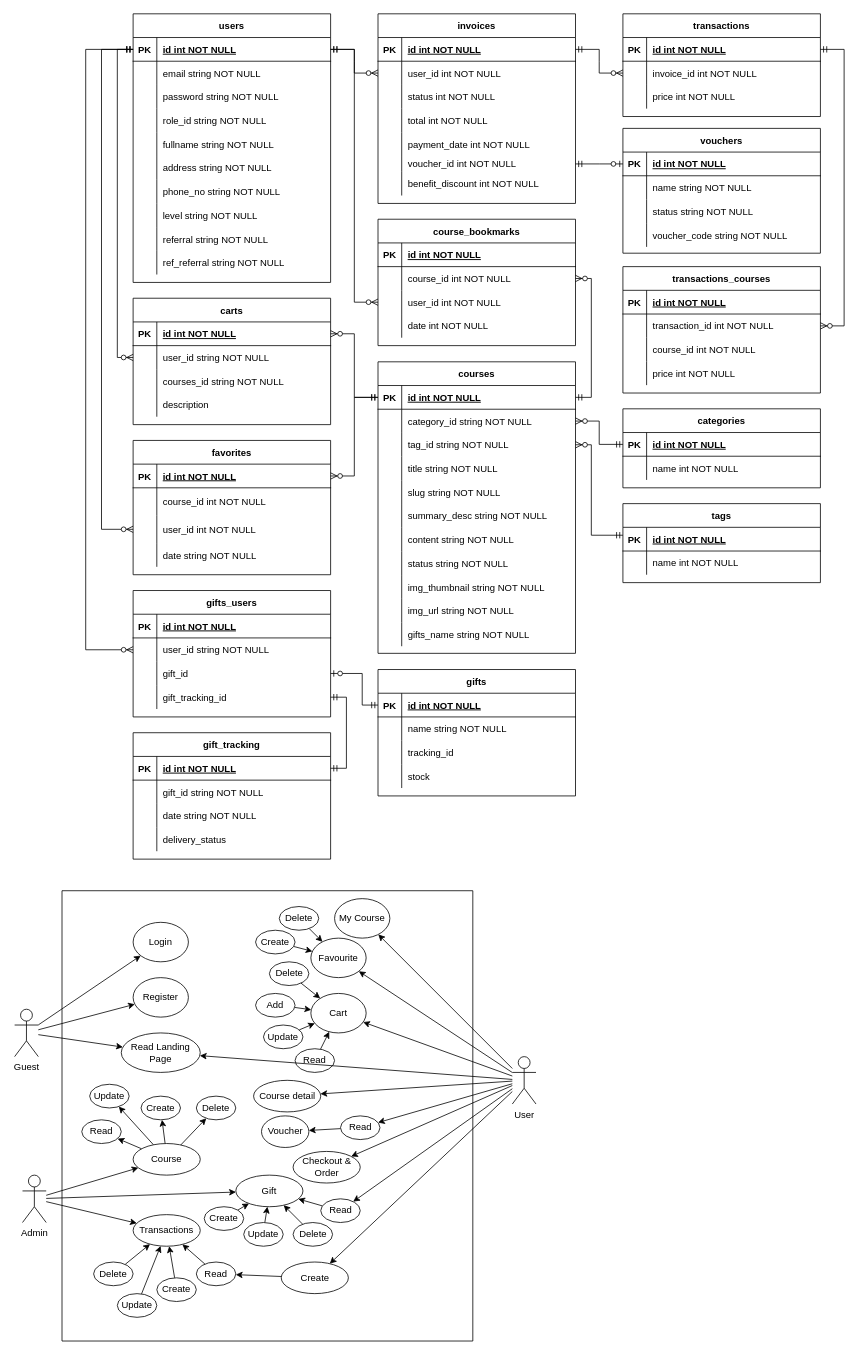
Above: online-learning.drawio in azmiadhani/diagramsnet (draw.io), before the change. Source tidied: cells renumbered, new cells numbered last; positions are measured from the earlier drawing's top-left corner, leaving out a move shared by most shapes. Both pictures are drawn from the tidied source at 79%, with x=0, y=0 at pixel (6, 13).
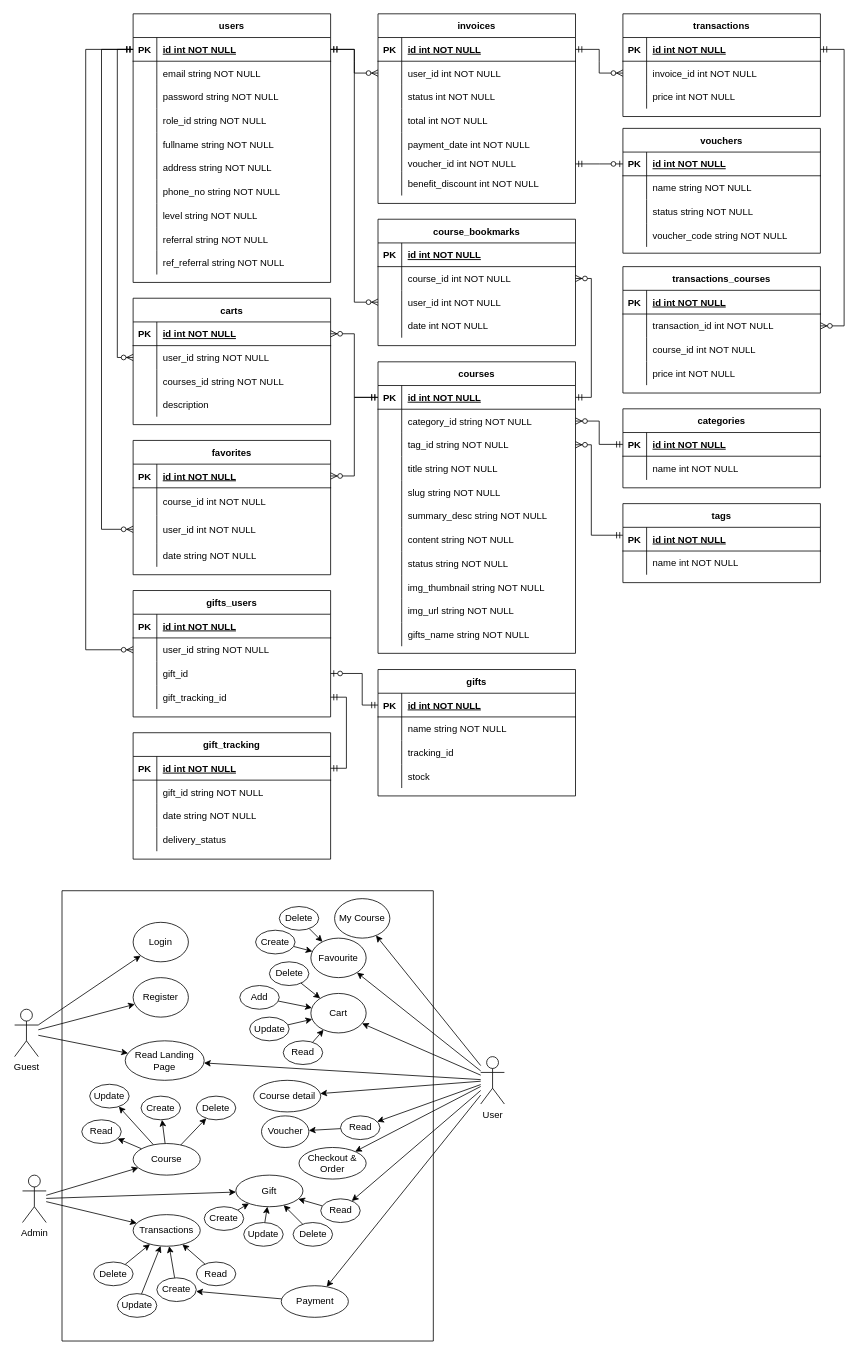
Above is the later version.

The change refers to these unchanged cells:
```xml
<mxCell id="285" value="Read" style="ellipse;whiteSpace=wrap;html=1;" parent="239" vertex="1">
  <mxGeometry x="170" y="470" width="50" height="30" as="geometry" />
</mxCell>
<mxCell id="287" value="Create" style="ellipse;whiteSpace=wrap;html=1;" parent="239" vertex="1">
  <mxGeometry x="120" y="490" width="50" height="30" as="geometry" />
</mxCell>
```

Change to the diagram source:
```diff
@@
     <mxCell id="238" value="User" style="shape=umlActor;verticalLabelPosition=bottom;verticalAlign=top;html=1;outlineConnect=0;" parent="1" vertex="1">
-      <mxGeometry x="640" y="1320" width="30" height="60" as="geometry" />
+      <mxGeometry x="600" y="1320" width="30" height="60" as="geometry" />
     </mxCell>
     <mxCell id="239" style="swimlane;startSize=0;" parent="1" vertex="1">
-      <mxGeometry x="70" y="1110" width="520" height="570" as="geometry" />
+      <mxGeometry x="70" y="1110" width="470" height="570" as="geometry" />
     </mxCell>
@@
     <mxCell id="242" value="Read Landing Page" style="ellipse;whiteSpace=wrap;html=1;" parent="239" vertex="1">
-      <mxGeometry x="75" y="180" width="100" height="50" as="geometry" />
+      <mxGeometry x="80" y="190" width="100" height="50" as="geometry" />
     </mxCell>
@@
     <mxCell id="249" value="Add" style="ellipse;whiteSpace=wrap;html=1;" parent="239" vertex="1">
-      <mxGeometry x="245" y="130" width="50" height="30" as="geometry" />
+      <mxGeometry x="225" y="120" width="50" height="30" as="geometry" />
     </mxCell>
@@
     <mxCell id="251" value="Update" style="ellipse;whiteSpace=wrap;html=1;" parent="239" vertex="1">
-      <mxGeometry x="255" y="170" width="50" height="30" as="geometry" />
+      <mxGeometry x="237.5" y="160" width="50" height="30" as="geometry" />
     </mxCell>
@@
     <mxCell id="253" value="Read" style="ellipse;whiteSpace=wrap;html=1;" parent="239" vertex="1">
-      <mxGeometry x="295" y="200" width="50" height="30" as="geometry" />
+      <mxGeometry x="280" y="190" width="50" height="30" as="geometry" />
     </mxCell>
@@
     <mxCell id="261" value="Checkout &amp;amp; Order" style="ellipse;whiteSpace=wrap;html=1;" parent="239" vertex="1">
-      <mxGeometry x="292.5" y="330" width="85" height="40" as="geometry" />
+      <mxGeometry x="300" y="325" width="85" height="40" as="geometry" />
     </mxCell>
-    <mxCell id="262" style="edgeStyle=none;rounded=0;jettySize=auto;html=1;" parent="239" edge="1" source="263" target="285">
+    <mxCell id="262" style="edgeStyle=none;rounded=0;jettySize=auto;html=1;" parent="239" edge="1" source="263" target="287">
       <mxGeometry relative="1" as="geometry" />
     </mxCell>
-    <mxCell id="263" value="Create" style="ellipse;whiteSpace=wrap;html=1;" parent="239" vertex="1">
-      <mxGeometry x="277.5" y="470" width="85" height="40" as="geometry" />
+    <mxCell id="263" value="Payment" style="ellipse;whiteSpace=wrap;html=1;" parent="239" vertex="1">
+      <mxGeometry x="277.5" y="500" width="85" height="40" as="geometry" />
     </mxCell>
```
